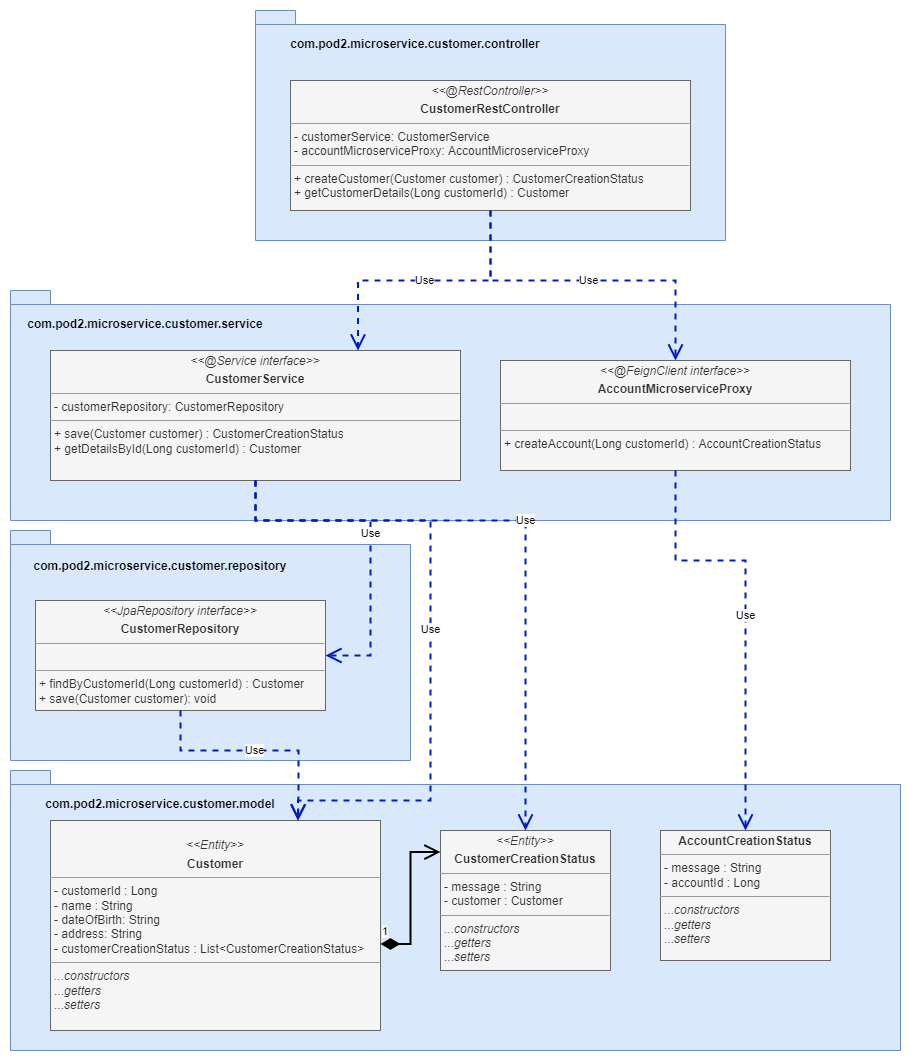
This is Customer/class_diagram_v1.png from meniman98/Retail_Banking, a draw.io export, as it was before one commit. Source tidied: cells renumbered, new cells last; positions are measured from the earlier drawing's top-left corner, leaving out a move shared by most shapes.
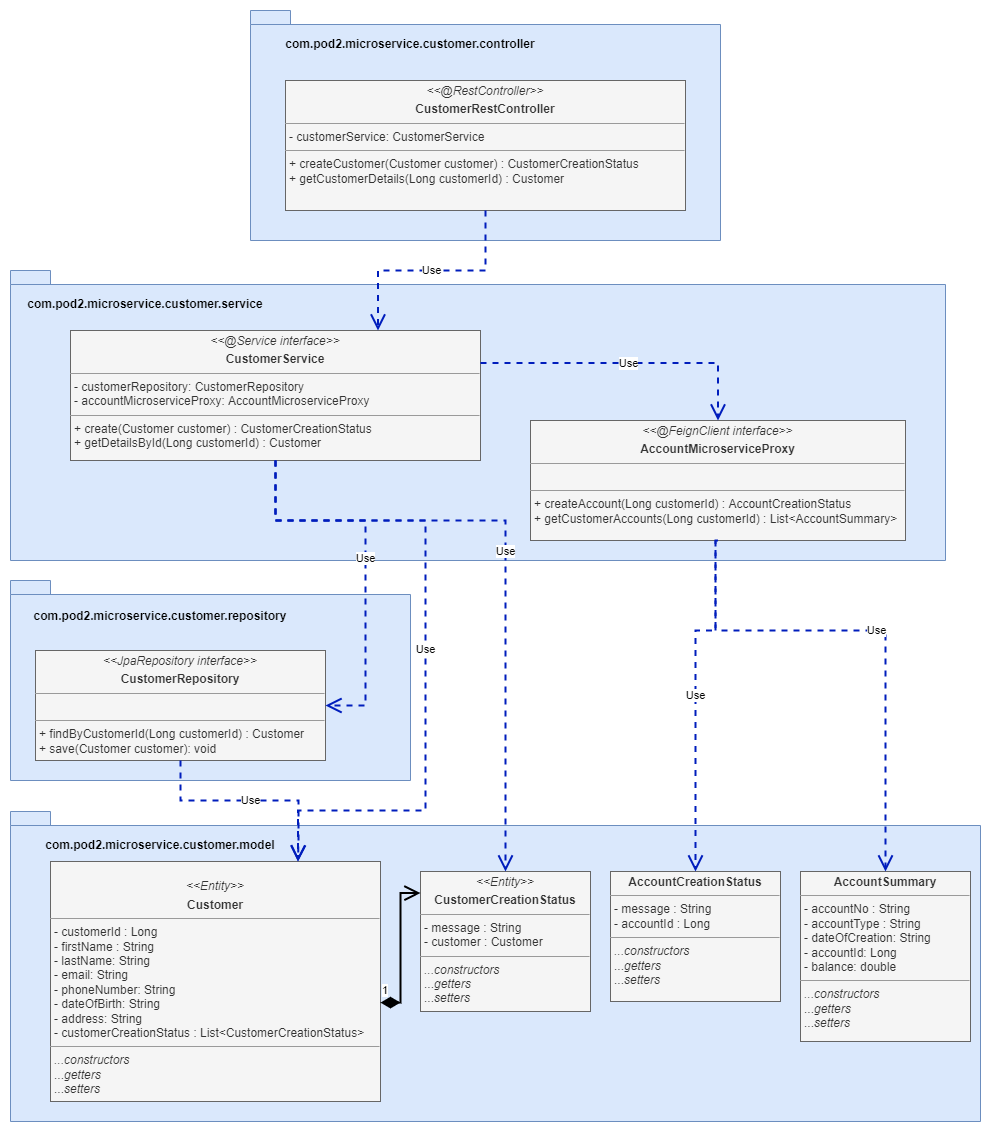
After the commit.

Commit message:
update AccountSummary model and class design

What changed in the source:
```diff
@@ -12,3 +12,3 @@
     </mxCell>
-    <mxCell id="4" value="&lt;p style=&quot;margin: 0px ; margin-top: 4px ; text-align: center&quot;&gt;&lt;i&gt;&amp;lt;&amp;lt;@RestController&amp;gt;&amp;gt;&lt;/i&gt;&lt;br&gt;&lt;/p&gt;&lt;p style=&quot;margin: 0px ; margin-top: 4px ; text-align: center&quot;&gt;&lt;b&gt;CustomerRestController&lt;/b&gt;&lt;/p&gt;&lt;hr size=&quot;1&quot;&gt;&lt;p style=&quot;margin: 0px ; margin-left: 4px&quot;&gt;- customerService: CustomerService&lt;/p&gt;&lt;p style=&quot;margin: 0px ; margin-left: 4px&quot;&gt;- accountMicroserviceProxy: AccountMicroserviceProxy&lt;/p&gt;&lt;hr size=&quot;1&quot;&gt;&lt;p style=&quot;margin: 0px ; margin-left: 4px&quot;&gt;+ createCustomer(Customer customer) : CustomerCreationStatus&lt;/p&gt;&lt;p style=&quot;margin: 0px ; margin-left: 4px&quot;&gt;+ getCustomerDetails(Long customerId) : Customer&lt;/p&gt;" style="verticalAlign=top;align=left;overflow=fill;fontSize=12;fontFamily=Helvetica;html=1;fillColor=#f5f5f5;strokeColor=#666666;fontColor=#333333;" parent="1" vertex="1">
+    <mxCell id="4" value="&lt;p style=&quot;margin: 0px ; margin-top: 4px ; text-align: center&quot;&gt;&lt;i&gt;&amp;lt;&amp;lt;@RestController&amp;gt;&amp;gt;&lt;/i&gt;&lt;br&gt;&lt;/p&gt;&lt;p style=&quot;margin: 0px ; margin-top: 4px ; text-align: center&quot;&gt;&lt;b&gt;CustomerRestController&lt;/b&gt;&lt;/p&gt;&lt;hr size=&quot;1&quot;&gt;&lt;p style=&quot;margin: 0px ; margin-left: 4px&quot;&gt;- customerService: CustomerService&lt;/p&gt;&lt;hr size=&quot;1&quot;&gt;&lt;p style=&quot;margin: 0px ; margin-left: 4px&quot;&gt;+ createCustomer(Customer customer) : CustomerCreationStatus&lt;/p&gt;&lt;p style=&quot;margin: 0px ; margin-left: 4px&quot;&gt;+ getCustomerDetails(Long customerId) : Customer&lt;/p&gt;" style="verticalAlign=top;align=left;overflow=fill;fontSize=12;fontFamily=Helvetica;html=1;fillColor=#f5f5f5;strokeColor=#666666;fontColor=#333333;" parent="1" vertex="1">
       <mxGeometry x="280" y="70" width="400" height="130" as="geometry" />
@@ -19,28 +19,26 @@
     <mxCell id="6" style="shape=folder;fontStyle=1;spacingTop=10;tabWidth=40;tabHeight=14;tabPosition=left;html=1;align=center;fillColor=#dae8fc;strokeColor=#6c8ebf;" parent="1" vertex="1">
-      <mxGeometry y="280" width="880" height="230" as="geometry" />
+      <mxGeometry x="5" y="260" width="935" height="290" as="geometry" />
     </mxCell>
     <mxCell id="7" value="com.pod2.microservice.customer.service" style="text;align=center;fontStyle=1;verticalAlign=middle;spacingLeft=3;spacingRight=3;strokeColor=none;" parent="1" vertex="1">
-      <mxGeometry x="25" y="300" width="220" height="26" as="geometry" />
+      <mxGeometry x="30" y="280" width="220" height="26" as="geometry" />
     </mxCell>
-    <mxCell id="8" value="&lt;p style=&quot;margin: 0px ; margin-top: 4px ; text-align: center&quot;&gt;&lt;i&gt;&amp;lt;&amp;lt;@FeignClient interface&amp;gt;&amp;gt;&lt;/i&gt;&lt;br&gt;&lt;/p&gt;&lt;p style=&quot;margin: 0px ; margin-top: 4px ; text-align: center&quot;&gt;&lt;b&gt;AccountMicroserviceProxy&lt;/b&gt;&lt;/p&gt;&lt;hr size=&quot;1&quot;&gt;&lt;p style=&quot;margin: 0px ; margin-left: 4px&quot;&gt;&lt;br&gt;&lt;/p&gt;&lt;hr size=&quot;1&quot;&gt;&lt;p style=&quot;margin: 0px ; margin-left: 4px&quot;&gt;+ createAccount(Long customerId) : AccountCreationStatus&lt;/p&gt;" style="verticalAlign=top;align=left;overflow=fill;fontSize=12;fontFamily=Helvetica;html=1;fillColor=#f5f5f5;fontColor=#333333;strokeColor=#666666;" parent="1" vertex="1">
-      <mxGeometry x="490" y="350" width="350" height="110" as="geometry" />
+    <mxCell id="8" value="&lt;p style=&quot;margin: 0px ; margin-top: 4px ; text-align: center&quot;&gt;&lt;i&gt;&amp;lt;&amp;lt;@FeignClient interface&amp;gt;&amp;gt;&lt;/i&gt;&lt;br&gt;&lt;/p&gt;&lt;p style=&quot;margin: 0px ; margin-top: 4px ; text-align: center&quot;&gt;&lt;b&gt;AccountMicroserviceProxy&lt;/b&gt;&lt;/p&gt;&lt;hr size=&quot;1&quot;&gt;&lt;p style=&quot;margin: 0px ; margin-left: 4px&quot;&gt;&lt;br&gt;&lt;/p&gt;&lt;hr size=&quot;1&quot;&gt;&lt;p style=&quot;margin: 0px ; margin-left: 4px&quot;&gt;+ createAccount(Long customerId) : AccountCreationStatus&lt;/p&gt;&lt;p style=&quot;margin: 0px ; margin-left: 4px&quot;&gt;+&amp;nbsp;getCustomerAccounts(Long customerId) :&amp;nbsp;List&amp;lt;AccountSummary&amp;gt;&lt;/p&gt;" style="verticalAlign=top;align=left;overflow=fill;fontSize=12;fontFamily=Helvetica;html=1;fillColor=#f5f5f5;fontColor=#333333;strokeColor=#666666;" parent="1" vertex="1">
+      <mxGeometry x="525" y="410" width="375" height="120" as="geometry" />
     </mxCell>
     <mxCell id="9" style="shape=folder;fontStyle=1;spacingTop=10;tabWidth=40;tabHeight=14;tabPosition=left;html=1;align=center;fillColor=#dae8fc;strokeColor=#6c8ebf;" parent="1" vertex="1">
-      <mxGeometry y="520" width="400" height="230" as="geometry" />
+      <mxGeometry x="5" y="570" width="400" height="200" as="geometry" />
     </mxCell>
     <mxCell id="10" value="com.pod2.microservice.customer.repository" style="text;align=center;fontStyle=1;verticalAlign=middle;spacingLeft=3;spacingRight=3;strokeColor=none;" parent="1" vertex="1">
-      <mxGeometry x="5" y="542" width="290" height="26" as="geometry" />
+      <mxGeometry x="10" y="592" width="290" height="26" as="geometry" />
     </mxCell>
     <mxCell id="11" value="&lt;p style=&quot;margin: 0px ; margin-top: 4px ; text-align: center&quot;&gt;&lt;i&gt;&amp;lt;&amp;lt;JpaRepository interface&amp;gt;&amp;gt;&lt;/i&gt;&lt;br&gt;&lt;/p&gt;&lt;p style=&quot;margin: 0px ; margin-top: 4px ; text-align: center&quot;&gt;&lt;b&gt;CustomerRepository&lt;/b&gt;&lt;/p&gt;&lt;hr size=&quot;1&quot;&gt;&lt;p style=&quot;margin: 0px ; margin-left: 4px&quot;&gt;&lt;br&gt;&lt;/p&gt;&lt;hr size=&quot;1&quot;&gt;&lt;p style=&quot;margin: 0px ; margin-left: 4px&quot;&gt;+ findByCustomerId(Long customerId) : Customer&lt;/p&gt;&lt;p style=&quot;margin: 0px ; margin-left: 4px&quot;&gt;+ save(Customer customer): void&lt;/p&gt;" style="verticalAlign=top;align=left;overflow=fill;fontSize=12;fontFamily=Helvetica;html=1;fillColor=#f5f5f5;fontColor=#333333;strokeColor=#666666;" parent="1" vertex="1">
-      <mxGeometry x="25" y="590" width="290" height="110" as="geometry" />
+      <mxGeometry x="30" y="640" width="290" height="110" as="geometry" />
     </mxCell>
-    <mxCell id="12" value="&lt;p style=&quot;margin: 0px ; margin-top: 4px ; text-align: center&quot;&gt;&lt;i&gt;&amp;lt;&amp;lt;@Service interface&amp;gt;&amp;gt;&lt;/i&gt;&lt;br&gt;&lt;/p&gt;&lt;p style=&quot;margin: 0px ; margin-top: 4px ; text-align: center&quot;&gt;&lt;b&gt;CustomerService&lt;/b&gt;&lt;/p&gt;&lt;hr size=&quot;1&quot;&gt;&lt;p style=&quot;margin: 0px ; margin-left: 4px&quot;&gt;- customerRepository: CustomerRepository&lt;br&gt;&lt;/p&gt;&lt;hr size=&quot;1&quot;&gt;&lt;p style=&quot;margin: 0px ; margin-left: 4px&quot;&gt;+ save(Customer customer) : CustomerCreationStatus&lt;/p&gt;&lt;p style=&quot;margin: 0px ; margin-left: 4px&quot;&gt;+ getDetailsById(Long customerId) : Customer&lt;/p&gt;" style="verticalAlign=top;align=left;overflow=fill;fontSize=12;fontFamily=Helvetica;html=1;fillColor=#f5f5f5;fontColor=#333333;strokeColor=#666666;" parent="1" vertex="1">
-      <mxGeometry x="40" y="340" width="410" height="130" as="geometry" />
+    <mxCell id="12" value="&lt;p style=&quot;margin: 0px ; margin-top: 4px ; text-align: center&quot;&gt;&lt;i&gt;&amp;lt;&amp;lt;@Service interface&amp;gt;&amp;gt;&lt;/i&gt;&lt;br&gt;&lt;/p&gt;&lt;p style=&quot;margin: 0px ; margin-top: 4px ; text-align: center&quot;&gt;&lt;b&gt;CustomerService&lt;/b&gt;&lt;/p&gt;&lt;hr size=&quot;1&quot;&gt;&lt;p style=&quot;margin: 0px ; margin-left: 4px&quot;&gt;- customerRepository: CustomerRepository&lt;br&gt;&lt;/p&gt;&lt;p style=&quot;margin: 0px ; margin-left: 4px&quot;&gt;- accountMicroserviceProxy: AccountMicroserviceProxy&lt;br&gt;&lt;/p&gt;&lt;hr size=&quot;1&quot;&gt;&lt;p style=&quot;margin: 0px ; margin-left: 4px&quot;&gt;+ create(Customer customer) : CustomerCreationStatus&lt;/p&gt;&lt;p style=&quot;margin: 0px ; margin-left: 4px&quot;&gt;+ getDetailsById(Long customerId) : Customer&lt;/p&gt;" style="verticalAlign=top;align=left;overflow=fill;fontSize=12;fontFamily=Helvetica;html=1;fillColor=#f5f5f5;fontColor=#333333;strokeColor=#666666;" parent="1" vertex="1">
+      <mxGeometry x="65" y="320" width="410" height="130" as="geometry" />
     </mxCell>
-    <mxCell id="13" value="Use" style="endArrow=open;endSize=12;dashed=1;html=1;rounded=0;strokeColor=#001DBC;strokeWidth=2;exitX=0.5;exitY=1;exitDx=0;exitDy=0;edgeStyle=orthogonalEdgeStyle;fillColor=#0050ef;" parent="1" edge="1" source="4">
+    <mxCell id="13" value="Use" style="endArrow=open;endSize=12;dashed=1;html=1;rounded=0;strokeColor=#001DBC;strokeWidth=2;exitX=1;exitY=0.25;exitDx=0;exitDy=0;edgeStyle=orthogonalEdgeStyle;fillColor=#0050ef;entryX=0.5;entryY=0;entryDx=0;entryDy=0;" parent="1" edge="1" source="12" target="8">
       <mxGeometry relative="1" as="geometry">
-        <mxPoint x="665" y="350" as="targetPoint" />
         <Array as="points">
-          <mxPoint x="480" y="270" />
-          <mxPoint x="665" y="270" />
+          <mxPoint x="713" y="353" />
         </Array>
@@ -51,9 +49,8 @@
     </mxCell>
-    <mxCell id="15" value="Use" style="endArrow=open;endSize=12;dashed=1;html=1;rounded=0;strokeColor=#001DBC;strokeWidth=2;entryX=1;entryY=0.5;entryDx=0;entryDy=0;edgeStyle=orthogonalEdgeStyle;fillColor=#0050ef;" parent="1" edge="1" target="11">
+    <mxCell id="15" value="Use" style="endArrow=open;endSize=12;dashed=1;html=1;rounded=0;strokeColor=#001DBC;strokeWidth=2;entryX=1;entryY=0.5;entryDx=0;entryDy=0;edgeStyle=orthogonalEdgeStyle;fillColor=#0050ef;exitX=0.5;exitY=1;exitDx=0;exitDy=0;" parent="1" edge="1" source="12" target="11">
       <mxGeometry relative="1" as="geometry">
-        <mxPoint x="245" y="470" as="sourcePoint" />
         <Array as="points">
-          <mxPoint x="245" y="510" />
+          <mxPoint x="270" y="510" />
           <mxPoint x="360" y="510" />
-          <mxPoint x="360" y="645" />
+          <mxPoint x="360" y="695" />
         </Array>
@@ -62,12 +59,12 @@
     <mxCell id="16" style="shape=folder;fontStyle=1;spacingTop=10;tabWidth=40;tabHeight=14;tabPosition=left;html=1;align=center;fillColor=#dae8fc;strokeColor=#6c8ebf;" parent="1" vertex="1">
-      <mxGeometry y="760" width="890" height="280" as="geometry" />
+      <mxGeometry x="5" y="801" width="970" height="310" as="geometry" />
     </mxCell>
-    <mxCell id="17" value="&lt;div style=&quot;text-align: center&quot;&gt;&lt;br&gt;&lt;/div&gt;&lt;p style=&quot;text-align: center ; margin: 4px 0px 0px&quot;&gt;&lt;i&gt;&amp;lt;&amp;lt;Entity&amp;gt;&amp;gt;&lt;/i&gt;&lt;b&gt;&lt;br&gt;&lt;/b&gt;&lt;/p&gt;&lt;p style=&quot;text-align: center ; margin: 4px 0px 0px&quot;&gt;&lt;b&gt;Customer&lt;/b&gt;&lt;br&gt;&lt;/p&gt;&lt;hr size=&quot;1&quot;&gt;&lt;p style=&quot;margin: 0px ; margin-left: 4px&quot;&gt;- customerId : Long&lt;/p&gt;&lt;p style=&quot;margin: 0px ; margin-left: 4px&quot;&gt;- name : String&lt;/p&gt;&lt;p style=&quot;margin: 0px ; margin-left: 4px&quot;&gt;- dateOfBirth: String&lt;/p&gt;&lt;p style=&quot;margin: 0px ; margin-left: 4px&quot;&gt;- address: String&lt;/p&gt;&lt;p style=&quot;margin: 0px ; margin-left: 4px&quot;&gt;- customerCreationStatus : List&amp;lt;CustomerCreationStatus&amp;gt;&lt;/p&gt;&lt;hr size=&quot;1&quot;&gt;&lt;p style=&quot;margin: 0px ; margin-left: 4px&quot;&gt;&lt;i&gt;...constructors&lt;/i&gt;&lt;/p&gt;&lt;p style=&quot;margin: 0px ; margin-left: 4px&quot;&gt;...&lt;i&gt;getters&amp;nbsp;&lt;/i&gt;&lt;/p&gt;&lt;p style=&quot;margin: 0px ; margin-left: 4px&quot;&gt;...&lt;i&gt;setters&lt;/i&gt;&lt;/p&gt;" style="verticalAlign=top;align=left;overflow=fill;fontSize=12;fontFamily=Helvetica;html=1;fillColor=#f5f5f5;fontColor=#333333;strokeColor=#666666;" parent="1" vertex="1">
-      <mxGeometry x="40" y="810" width="330" height="210" as="geometry" />
+    <mxCell id="17" value="&lt;div style=&quot;text-align: center&quot;&gt;&lt;br&gt;&lt;/div&gt;&lt;p style=&quot;text-align: center ; margin: 4px 0px 0px&quot;&gt;&lt;i&gt;&amp;lt;&amp;lt;Entity&amp;gt;&amp;gt;&lt;/i&gt;&lt;b&gt;&lt;br&gt;&lt;/b&gt;&lt;/p&gt;&lt;p style=&quot;text-align: center ; margin: 4px 0px 0px&quot;&gt;&lt;b&gt;Customer&lt;/b&gt;&lt;br&gt;&lt;/p&gt;&lt;hr size=&quot;1&quot;&gt;&lt;p style=&quot;margin: 0px ; margin-left: 4px&quot;&gt;- customerId : Long&lt;/p&gt;&lt;p style=&quot;margin: 0px ; margin-left: 4px&quot;&gt;- firstName : String&lt;/p&gt;&lt;p style=&quot;margin: 0px ; margin-left: 4px&quot;&gt;- lastName: String&lt;/p&gt;&lt;p style=&quot;margin: 0px ; margin-left: 4px&quot;&gt;- email: String&lt;/p&gt;&lt;p style=&quot;margin: 0px ; margin-left: 4px&quot;&gt;- phoneNumber: String&lt;/p&gt;&lt;p style=&quot;margin: 0px ; margin-left: 4px&quot;&gt;- dateOfBirth: String&lt;/p&gt;&lt;p style=&quot;margin: 0px ; margin-left: 4px&quot;&gt;- address: String&lt;/p&gt;&lt;p style=&quot;margin: 0px ; margin-left: 4px&quot;&gt;- customerCreationStatus : List&amp;lt;CustomerCreationStatus&amp;gt;&lt;/p&gt;&lt;hr size=&quot;1&quot;&gt;&lt;p style=&quot;margin: 0px ; margin-left: 4px&quot;&gt;&lt;i&gt;...constructors&lt;/i&gt;&lt;/p&gt;&lt;p style=&quot;margin: 0px ; margin-left: 4px&quot;&gt;...&lt;i&gt;getters&amp;nbsp;&lt;/i&gt;&lt;/p&gt;&lt;p style=&quot;margin: 0px ; margin-left: 4px&quot;&gt;...&lt;i&gt;setters&lt;/i&gt;&lt;/p&gt;" style="verticalAlign=top;align=left;overflow=fill;fontSize=12;fontFamily=Helvetica;html=1;fillColor=#f5f5f5;fontColor=#333333;strokeColor=#666666;" parent="1" vertex="1">
+      <mxGeometry x="45" y="851" width="330" height="240" as="geometry" />
     </mxCell>
     <mxCell id="18" value="com.pod2.microservice.customer.model" style="text;align=center;fontStyle=1;verticalAlign=middle;spacingLeft=3;spacingRight=3;strokeColor=none;" parent="1" vertex="1">
-      <mxGeometry x="5" y="780" width="290" height="26" as="geometry" />
+      <mxGeometry x="10" y="821" width="290" height="26" as="geometry" />
     </mxCell>
     <mxCell id="19" value="&lt;p style=&quot;margin: 0px ; margin-top: 4px ; text-align: center&quot;&gt;&lt;i&gt;&amp;lt;&amp;lt;Entity&amp;gt;&amp;gt;&lt;/i&gt;&lt;b&gt;&lt;br&gt;&lt;/b&gt;&lt;/p&gt;&lt;p style=&quot;margin: 0px ; margin-top: 4px ; text-align: center&quot;&gt;&lt;b&gt;CustomerCreationStatus&lt;/b&gt;&lt;br&gt;&lt;/p&gt;&lt;hr size=&quot;1&quot;&gt;&lt;p style=&quot;margin: 0px ; margin-left: 4px&quot;&gt;&lt;span&gt;- message : String&lt;/span&gt;&lt;br&gt;&lt;/p&gt;&lt;p style=&quot;margin: 0px ; margin-left: 4px&quot;&gt;- customer : Customer&lt;/p&gt;&lt;hr size=&quot;1&quot;&gt;&lt;p style=&quot;margin: 0px ; margin-left: 4px&quot;&gt;&lt;i&gt;...constructors&lt;/i&gt;&lt;/p&gt;&lt;p style=&quot;margin: 0px ; margin-left: 4px&quot;&gt;...&lt;i&gt;getters&amp;nbsp;&lt;/i&gt;&lt;/p&gt;&lt;p style=&quot;margin: 0px ; margin-left: 4px&quot;&gt;...&lt;i&gt;setters&lt;/i&gt;&lt;/p&gt;" style="verticalAlign=top;align=left;overflow=fill;fontSize=12;fontFamily=Helvetica;html=1;fillColor=#f5f5f5;fontColor=#333333;strokeColor=#666666;" parent="1" vertex="1">
-      <mxGeometry x="430" y="820" width="170" height="140" as="geometry" />
+      <mxGeometry x="415" y="861" width="170" height="140" as="geometry" />
     </mxCell>
@@ -79,5 +76,5 @@
         <Array as="points">
-          <mxPoint x="170" y="740" />
-          <mxPoint x="288" y="740" />
-          <mxPoint x="288" y="780" />
+          <mxPoint x="175" y="790" />
+          <mxPoint x="293" y="790" />
+          <mxPoint x="293" y="830" />
         </Array>
@@ -88,6 +85,6 @@
         <Array as="points">
-          <mxPoint x="245" y="510" />
+          <mxPoint x="270" y="510" />
           <mxPoint x="420" y="510" />
-          <mxPoint x="420" y="790" />
-          <mxPoint x="288" y="790" />
+          <mxPoint x="420" y="800" />
+          <mxPoint x="293" y="800" />
         </Array>
@@ -95,12 +92,4 @@
     </mxCell>
-    <mxCell id="23" value="Use" style="endArrow=open;endSize=12;dashed=1;html=1;rounded=0;strokeColor=#001DBC;strokeWidth=2;entryX=0.5;entryY=0;entryDx=0;entryDy=0;edgeStyle=orthogonalEdgeStyle;fillColor=#0050ef;exitX=0.5;exitY=1;exitDx=0;exitDy=0;jumpStyle=arc;" parent="1" edge="1" source="12" target="19">
-      <mxGeometry relative="1" as="geometry">
-        <Array as="points">
-          <mxPoint x="245" y="510" />
-          <mxPoint x="515" y="510" />
-        </Array>
-      </mxGeometry>
-    </mxCell>
     <mxCell id="24" value="&lt;p style=&quot;margin: 0px ; margin-top: 4px ; text-align: center&quot;&gt;&lt;b&gt;AccountCreationStatus&lt;/b&gt;&lt;br&gt;&lt;/p&gt;&lt;hr size=&quot;1&quot;&gt;&lt;p style=&quot;margin: 0px ; margin-left: 4px&quot;&gt;&lt;span&gt;- message : String&lt;/span&gt;&lt;br&gt;&lt;/p&gt;&lt;p style=&quot;margin: 0px ; margin-left: 4px&quot;&gt;- accountId : Long&lt;/p&gt;&lt;hr size=&quot;1&quot;&gt;&lt;p style=&quot;margin: 0px ; margin-left: 4px&quot;&gt;&lt;i&gt;...constructors&lt;/i&gt;&lt;/p&gt;&lt;p style=&quot;margin: 0px ; margin-left: 4px&quot;&gt;...&lt;i&gt;getters&amp;nbsp;&lt;/i&gt;&lt;/p&gt;&lt;p style=&quot;margin: 0px ; margin-left: 4px&quot;&gt;...&lt;i&gt;setters&lt;/i&gt;&lt;/p&gt;" style="verticalAlign=top;align=left;overflow=fill;fontSize=12;fontFamily=Helvetica;html=1;fillColor=#f5f5f5;fontColor=#333333;strokeColor=#666666;" parent="1" vertex="1">
-      <mxGeometry x="650" y="820" width="170" height="130" as="geometry" />
+      <mxGeometry x="605" y="861" width="170" height="130" as="geometry" />
     </mxCell>
@@ -109,4 +98,5 @@
         <Array as="points">
-          <mxPoint x="665" y="550" />
-          <mxPoint x="735" y="550" />
+          <mxPoint x="710" y="530" />
+          <mxPoint x="710" y="620" />
+          <mxPoint x="690" y="620" />
         </Array>
@@ -114,2 +104,21 @@
     </mxCell>
+    <mxCell id="23" value="Use" style="endArrow=open;endSize=12;dashed=1;html=1;rounded=0;strokeColor=#001DBC;strokeWidth=2;edgeStyle=orthogonalEdgeStyle;fillColor=#0050ef;exitX=0.5;exitY=1;exitDx=0;exitDy=0;jumpStyle=arc;" parent="1" edge="1" source="12" target="19">
+      <mxGeometry relative="1" as="geometry">
+        <Array as="points">
+          <mxPoint x="270" y="510" />
+          <mxPoint x="500" y="510" />
+        </Array>
+      </mxGeometry>
+    </mxCell>
+    <mxCell id="26" value="&lt;p style=&quot;margin: 0px ; margin-top: 4px ; text-align: center&quot;&gt;&lt;b&gt;AccountSummary&lt;/b&gt;&lt;br&gt;&lt;/p&gt;&lt;hr size=&quot;1&quot;&gt;&lt;p style=&quot;margin: 0px ; margin-left: 4px&quot;&gt;&lt;span&gt;- accountNo : String&lt;/span&gt;&lt;br&gt;&lt;/p&gt;&lt;p style=&quot;margin: 0px ; margin-left: 4px&quot;&gt;- accountType : String&lt;/p&gt;&lt;p style=&quot;margin: 0px ; margin-left: 4px&quot;&gt;- dateOfCreation: String&lt;/p&gt;&lt;p style=&quot;margin: 0px ; margin-left: 4px&quot;&gt;- accountId: Long&lt;/p&gt;&lt;p style=&quot;margin: 0px ; margin-left: 4px&quot;&gt;- balance: double&lt;/p&gt;&lt;hr size=&quot;1&quot;&gt;&lt;p style=&quot;margin: 0px ; margin-left: 4px&quot;&gt;&lt;i&gt;...constructors&lt;/i&gt;&lt;/p&gt;&lt;p style=&quot;margin: 0px ; margin-left: 4px&quot;&gt;...&lt;i&gt;getters&amp;nbsp;&lt;/i&gt;&lt;/p&gt;&lt;p style=&quot;margin: 0px ; margin-left: 4px&quot;&gt;...&lt;i&gt;setters&lt;/i&gt;&lt;/p&gt;" style="verticalAlign=top;align=left;overflow=fill;fontSize=12;fontFamily=Helvetica;html=1;fillColor=#f5f5f5;fontColor=#333333;strokeColor=#666666;" parent="1" vertex="1">
+      <mxGeometry x="795" y="861" width="170" height="170" as="geometry" />
+    </mxCell>
+    <mxCell id="27" value="Use" style="endArrow=open;endSize=12;dashed=1;html=1;rounded=0;strokeColor=#001DBC;strokeWidth=2;entryX=0.5;entryY=0;entryDx=0;entryDy=0;edgeStyle=orthogonalEdgeStyle;fillColor=#0050ef;jumpStyle=arc;" parent="1" edge="1" source="8" target="26">
+      <mxGeometry relative="1" as="geometry">
+        <Array as="points">
+          <mxPoint x="710" y="620" />
+          <mxPoint x="880" y="620" />
+        </Array>
+      </mxGeometry>
+    </mxCell>
   </root>
```
